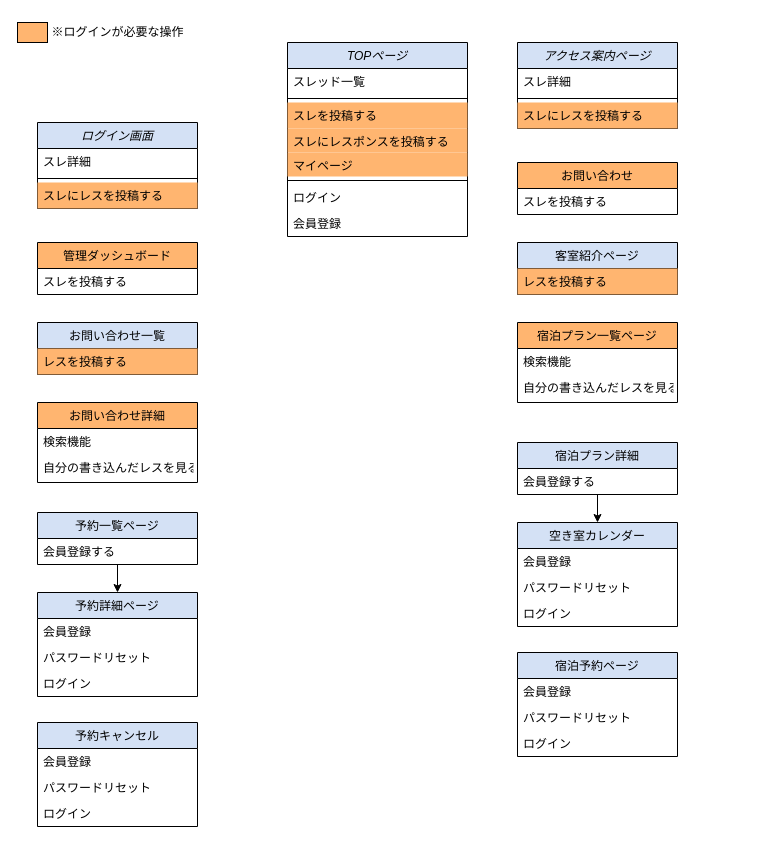
Above: 画面遷移図.drawio in your-school/reserve (draw.io), before the change. Source tidied: cells renumbered, new cells numbered last; positions are measured from the earlier drawing's top-left corner, leaving out a move shared by most shapes. Both pictures are drawn from the tidied source at 100%, with x=0, y=0 at pixel (17, 17).
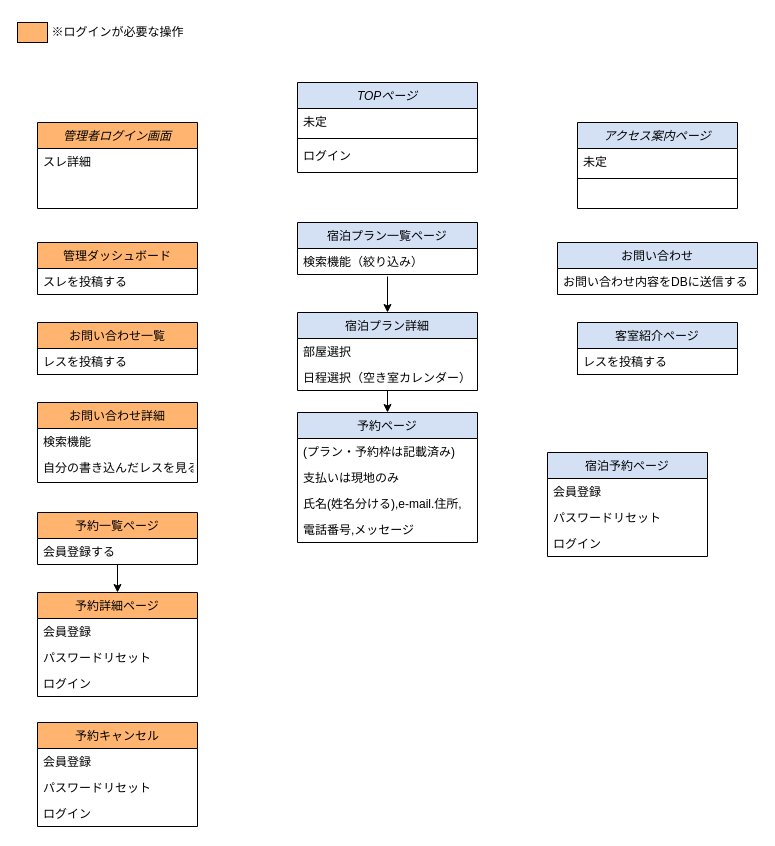
Above is the later version.

Commit message (it also covers changes not shown here):
画面遷移図.drawio を更新します

The edit, as a diff of the source:
```diff
@@
     <mxCell id="2" value="TOPページ" style="swimlane;fontStyle=2;align=center;verticalAlign=top;horizontal=1;startSize=26;rounded=0;shadow=0;strokeWidth=1;fillColor=#D4E1F5;" parent="1" vertex="1">
-      <mxGeometry x="270" y="25" width="180" height="194" as="geometry" />
+      <mxGeometry x="280" y="65" width="180" height="90" as="geometry" />
     </mxCell>
-    <mxCell id="3" value="スレッド一覧" style="text;align=left;verticalAlign=top;spacingLeft=4;spacingRight=4;overflow=hidden;" parent="2" vertex="1">
+    <mxCell id="3" value="未定" style="text;align=left;verticalAlign=top;spacingLeft=4;spacingRight=4;overflow=hidden;" parent="2" vertex="1">
       <mxGeometry y="26" width="180" height="26" as="geometry" />
     </mxCell>
@@
-    <mxCell id="5" value="スレを投稿する" style="text;align=left;verticalAlign=top;spacingLeft=4;spacingRight=4;overflow=hidden;fillColor=#FFB570;" parent="2" vertex="1">
-      <mxGeometry y="60" width="180" height="26" as="geometry" />
-    </mxCell>
-    <mxCell id="6" value="スレにレスポンスを投稿する" style="text;align=left;verticalAlign=top;spacingLeft=4;spacingRight=4;overflow=hidden;rounded=0;shadow=0;html=0;fillColor=#FFB570;" parent="2" vertex="1">
-      <mxGeometry y="86" width="180" height="24" as="geometry" />
-    </mxCell>
-    <mxCell id="7" value="マイページ" style="text;align=left;verticalAlign=top;spacingLeft=4;spacingRight=4;overflow=hidden;rounded=0;shadow=0;html=0;fillColor=#FFB570;" parent="2" vertex="1">
-      <mxGeometry y="110" width="180" height="24" as="geometry" />
-    </mxCell>
-    <mxCell id="8" style="line;html=1;strokeWidth=1;align=left;verticalAlign=middle;spacingTop=-1;spacingLeft=3;spacingRight=3;labelPosition=right;" parent="2" vertex="1">
-      <mxGeometry y="134" width="180" height="8" as="geometry" />
-    </mxCell>
     <mxCell id="9" value="ログイン" style="text;align=left;verticalAlign=top;spacingLeft=4;spacingRight=4;overflow=hidden;" parent="2" vertex="1">
-      <mxGeometry y="142" width="180" height="26" as="geometry" />
+      <mxGeometry y="60" width="180" height="26" as="geometry" />
     </mxCell>
-    <mxCell id="10" value="会員登録" style="text;align=left;verticalAlign=top;spacingLeft=4;spacingRight=4;overflow=hidden;" parent="2" vertex="1">
-      <mxGeometry y="168" width="180" height="26" as="geometry" />
-    </mxCell>
-    <mxCell id="11" value="空き室カレンダー" style="swimlane;fontStyle=0;align=center;verticalAlign=top;horizontal=1;startSize=26;rounded=0;shadow=0;strokeWidth=1;fillColor=#D4E1F5;" parent="1" vertex="1">
-      <mxGeometry x="500" y="505" width="160" height="104" as="geometry" />
+    <mxCell id="11" value="予約ページ" style="swimlane;fontStyle=0;align=center;verticalAlign=top;horizontal=1;startSize=26;rounded=0;shadow=0;strokeWidth=1;fillColor=#D4E1F5;" parent="1" vertex="1">
+      <mxGeometry x="280" y="395" width="180" height="130" as="geometry" />
     </mxCell>
-    <mxCell id="12" value="会員登録" style="text;align=left;verticalAlign=top;spacingLeft=4;spacingRight=4;overflow=hidden;" parent="11" vertex="1">
-      <mxGeometry y="26" width="160" height="26" as="geometry" />
+    <mxCell id="12" value="(プラン・予約枠は記載済み)" style="text;align=left;verticalAlign=top;spacingLeft=4;spacingRight=4;overflow=hidden;" parent="11" vertex="1">
+      <mxGeometry y="26" width="180" height="26" as="geometry" />
     </mxCell>
-    <mxCell id="13" value="パスワードリセット" style="text;align=left;verticalAlign=top;spacingLeft=4;spacingRight=4;overflow=hidden;rounded=0;shadow=0;html=0;" parent="11" vertex="1">
-      <mxGeometry y="52" width="160" height="26" as="geometry" />
+    <mxCell id="13" value="支払いは現地のみ" style="text;align=left;verticalAlign=top;spacingLeft=4;spacingRight=4;overflow=hidden;rounded=0;shadow=0;html=0;" parent="11" vertex="1">
+      <mxGeometry y="52" width="180" height="26" as="geometry" />
     </mxCell>
-    <mxCell id="14" value="ログイン" style="text;align=left;verticalAlign=top;spacingLeft=4;spacingRight=4;overflow=hidden;rounded=0;shadow=0;html=0;" parent="11" vertex="1">
-      <mxGeometry y="78" width="160" height="26" as="geometry" />
+    <mxCell id="14" value="氏名(姓名分ける),e-mail.住所," style="text;align=left;verticalAlign=top;spacingLeft=4;spacingRight=4;overflow=hidden;rounded=0;shadow=0;html=0;" parent="11" vertex="1">
+      <mxGeometry y="78" width="180" height="26" as="geometry" />
     </mxCell>
+    <mxCell id="57" value="電話番号,メッセージ" style="text;align=left;verticalAlign=top;spacingLeft=4;spacingRight=4;overflow=hidden;rounded=0;shadow=0;html=0;" parent="11" vertex="1">
+      <mxGeometry y="104" width="180" height="26" as="geometry" />
+    </mxCell>
@@
     <mxCell id="16" value="宿泊プラン詳細" style="swimlane;fontStyle=0;align=center;verticalAlign=top;horizontal=1;startSize=26;rounded=0;shadow=0;strokeWidth=1;fillColor=#D4E1F5;" parent="1" vertex="1">
-      <mxGeometry x="500" y="425" width="160" height="52" as="geometry" />
+      <mxGeometry x="280" y="295" width="180" height="78" as="geometry" />
     </mxCell>
-    <mxCell id="17" value="会員登録する" style="text;align=left;verticalAlign=top;spacingLeft=4;spacingRight=4;overflow=hidden;" parent="16" vertex="1">
-      <mxGeometry y="26" width="160" height="26" as="geometry" />
+    <mxCell id="17" value="部屋選択" style="text;align=left;verticalAlign=top;spacingLeft=4;spacingRight=4;overflow=hidden;" parent="16" vertex="1">
+      <mxGeometry y="26" width="180" height="26" as="geometry" />
     </mxCell>
-    <mxCell id="18" value="お問い合わせ" style="swimlane;fontStyle=0;align=center;verticalAlign=top;horizontal=1;startSize=26;rounded=0;shadow=0;strokeWidth=1;fillColor=#FFB570;" parent="1" vertex="1">
-      <mxGeometry x="500" y="145" width="160" height="52" as="geometry" />
-    </mxCell>
-    <mxCell id="19" value="スレを投稿する" style="text;align=left;verticalAlign=top;spacingLeft=4;spacingRight=4;overflow=hidden;" parent="18" vertex="1">
-      <mxGeometry y="26" width="160" height="26" as="geometry" />
-    </mxCell>
+    <mxCell id="58" value="日程選択（空き室カレンダー）" style="text;align=left;verticalAlign=top;spacingLeft=4;spacingRight=4;overflow=hidden;" parent="16" vertex="1">
+      <mxGeometry y="52" width="180" height="26" as="geometry" />
+    </mxCell>
-    <mxCell id="20" value="宿泊プラン一覧ページ" style="swimlane;fontStyle=0;align=center;verticalAlign=top;horizontal=1;startSize=26;rounded=0;shadow=0;strokeWidth=1;fillColor=#FFB570;" parent="1" vertex="1">
-      <mxGeometry x="500" y="305" width="160" height="80" as="geometry" />
+    <mxCell id="20" value="宿泊プラン一覧ページ" style="swimlane;fontStyle=0;align=center;verticalAlign=top;horizontal=1;startSize=26;rounded=0;shadow=0;strokeWidth=1;fillColor=#D4E1F5;" parent="1" vertex="1">
+      <mxGeometry x="280" y="205" width="180" height="52" as="geometry" />
     </mxCell>
-    <mxCell id="21" value="検索機能" style="text;align=left;verticalAlign=top;spacingLeft=4;spacingRight=4;overflow=hidden;points=[[0,0.5],[1,0.5]];portConstraint=eastwest;" parent="20" vertex="1">
-      <mxGeometry y="26" width="160" height="26" as="geometry" />
+    <mxCell id="21" value="検索機能（絞り込み）" style="text;align=left;verticalAlign=top;spacingLeft=4;spacingRight=4;overflow=hidden;points=[[0,0.5],[1,0.5]];portConstraint=eastwest;" parent="20" vertex="1">
+      <mxGeometry y="26" width="180" height="26" as="geometry" />
     </mxCell>
-    <mxCell id="22" value="自分の書き込んだレスを見る" style="text;align=left;verticalAlign=top;spacingLeft=4;spacingRight=4;overflow=hidden;rounded=0;shadow=0;html=0;" parent="20" vertex="1">
-      <mxGeometry y="52" width="160" height="26" as="geometry" />
-    </mxCell>
     <mxCell id="23" value="アクセス案内ページ" style="swimlane;fontStyle=2;align=center;verticalAlign=top;horizontal=1;startSize=26;rounded=0;shadow=0;strokeWidth=1;fillColor=#D4E1F5;" parent="1" vertex="1">
-      <mxGeometry x="500" y="25" width="160" height="86" as="geometry" />
+      <mxGeometry x="560" y="105" width="160" height="86" as="geometry" />
     </mxCell>
-    <mxCell id="24" value="スレ詳細" style="text;align=left;verticalAlign=top;spacingLeft=4;spacingRight=4;overflow=hidden;" parent="23" vertex="1">
+    <mxCell id="24" value="未定" style="text;align=left;verticalAlign=top;spacingLeft=4;spacingRight=4;overflow=hidden;" parent="23" vertex="1">
       <mxGeometry y="26" width="160" height="26" as="geometry" />
     </mxCell>
@@
-    <mxCell id="26" value="スレにレスを投稿する" style="text;align=left;verticalAlign=top;spacingLeft=4;spacingRight=4;overflow=hidden;fillColor=#FFB570;" parent="23" vertex="1">
-      <mxGeometry y="60" width="160" height="26" as="geometry" />
-    </mxCell>
     <mxCell id="27" value="客室紹介ページ" style="swimlane;fontStyle=0;align=center;verticalAlign=top;horizontal=1;startSize=26;rounded=0;shadow=0;strokeWidth=1;fillColor=#D4E1F5;" parent="1" vertex="1">
-      <mxGeometry x="500" y="225" width="160" height="52" as="geometry" />
+      <mxGeometry x="560" y="305" width="160" height="52" as="geometry" />
     </mxCell>
-    <mxCell id="28" value="レスを投稿する" style="text;align=left;verticalAlign=top;spacingLeft=4;spacingRight=4;overflow=hidden;fillColor=#FFB570;" parent="27" vertex="1">
+    <mxCell id="28" value="レスを投稿する" style="text;align=left;verticalAlign=top;spacingLeft=4;spacingRight=4;overflow=hidden;fillColor=#FFFFFF;strokeColor=#000000;" parent="27" vertex="1">
       <mxGeometry y="26" width="160" height="26" as="geometry" />
     </mxCell>
@@
     <mxCell id="31" value="宿泊予約ページ" style="swimlane;fontStyle=0;align=center;verticalAlign=top;horizontal=1;startSize=26;rounded=0;shadow=0;strokeWidth=1;fillColor=#D4E1F5;" parent="1" vertex="1">
-      <mxGeometry x="500" y="635" width="160" height="104" as="geometry" />
+      <mxGeometry x="530" y="435" width="160" height="104" as="geometry" />
     </mxCell>
@@
-    <mxCell id="40" value="ログイン画面" style="swimlane;fontStyle=2;align=center;verticalAlign=top;horizontal=1;startSize=26;rounded=0;shadow=0;strokeWidth=1;fillColor=#D4E1F5;" parent="1" vertex="1">
+    <mxCell id="40" value="管理者ログイン画面" style="swimlane;fontStyle=2;align=center;verticalAlign=top;horizontal=1;startSize=26;rounded=0;shadow=0;strokeWidth=1;fillColor=#FFB570;" parent="1" vertex="1">
       <mxGeometry x="20" y="105" width="160" height="86" as="geometry" />
     </mxCell>
@@
-    <mxCell id="42" style="line;html=1;strokeWidth=1;align=left;verticalAlign=middle;spacingTop=-1;spacingLeft=3;spacingRight=3;labelPosition=right;" parent="40" vertex="1">
-      <mxGeometry y="52" width="160" height="8" as="geometry" />
-    </mxCell>
-    <mxCell id="43" value="スレにレスを投稿する" style="text;align=left;verticalAlign=top;spacingLeft=4;spacingRight=4;overflow=hidden;fillColor=#FFB570;" parent="40" vertex="1">
-      <mxGeometry y="60" width="160" height="26" as="geometry" />
-    </mxCell>
-    <mxCell id="44" value="お問い合わせ一覧" style="swimlane;fontStyle=0;align=center;verticalAlign=top;horizontal=1;startSize=26;rounded=0;shadow=0;strokeWidth=1;fillColor=#D4E1F5;" parent="1" vertex="1">
+    <mxCell id="44" value="お問い合わせ一覧" style="swimlane;fontStyle=0;align=center;verticalAlign=top;horizontal=1;startSize=26;rounded=0;shadow=0;strokeWidth=1;fillColor=#FFB570;" parent="1" vertex="1">
       <mxGeometry x="20" y="305" width="160" height="52" as="geometry" />
     </mxCell>
-    <mxCell id="45" value="レスを投稿する" style="text;align=left;verticalAlign=top;spacingLeft=4;spacingRight=4;overflow=hidden;fillColor=#FFB570;" parent="44" vertex="1">
+    <mxCell id="45" value="レスを投稿する" style="text;align=left;verticalAlign=top;spacingLeft=4;spacingRight=4;overflow=hidden;fillColor=#FFFFFF;strokeColor=#000000;" parent="44" vertex="1">
       <mxGeometry y="26" width="160" height="26" as="geometry" />
     </mxCell>
-    <mxCell id="46" value="予約詳細ページ" style="swimlane;fontStyle=0;align=center;verticalAlign=top;horizontal=1;startSize=26;rounded=0;shadow=0;strokeWidth=1;fillColor=#D4E1F5;" parent="1" vertex="1">
+    <mxCell id="46" value="予約詳細ページ" style="swimlane;fontStyle=0;align=center;verticalAlign=top;horizontal=1;startSize=26;rounded=0;shadow=0;strokeWidth=1;fillColor=#FFB570;" parent="1" vertex="1">
       <mxGeometry x="20" y="575" width="160" height="104" as="geometry" />
     </mxCell>
@@
-    <mxCell id="51" value="予約一覧ページ" style="swimlane;fontStyle=0;align=center;verticalAlign=top;horizontal=1;startSize=26;rounded=0;shadow=0;strokeWidth=1;fillColor=#D4E1F5;" parent="1" vertex="1">
+    <mxCell id="51" value="予約一覧ページ" style="swimlane;fontStyle=0;align=center;verticalAlign=top;horizontal=1;startSize=26;rounded=0;shadow=0;strokeWidth=1;fillColor=#FFB570;" parent="1" vertex="1">
       <mxGeometry x="20" y="495" width="160" height="52" as="geometry" />
     </mxCell>
@@
-    <mxCell id="53" value="予約キャンセル" style="swimlane;fontStyle=0;align=center;verticalAlign=top;horizontal=1;startSize=26;rounded=0;shadow=0;strokeWidth=1;fillColor=#D4E1F5;" parent="1" vertex="1">
+    <mxCell id="53" value="予約キャンセル" style="swimlane;fontStyle=0;align=center;verticalAlign=top;horizontal=1;startSize=26;rounded=0;shadow=0;strokeWidth=1;fillColor=#FFB570;" parent="1" vertex="1">
       <mxGeometry x="20" y="705" width="160" height="104" as="geometry" />
     </mxCell>
@@
+    <mxCell id="59" style="edgeStyle=orthogonalEdgeStyle;rounded=0;jettySize=auto;html=1;exitX=0.5;exitY=1.077;exitDx=0;exitDy=0;entryX=0.5;entryY=0;entryDx=0;entryDy=0;exitPerimeter=0;" parent="1" edge="1" source="21" target="16">
+      <mxGeometry relative="1" as="geometry" />
+    </mxCell>
+    <mxCell id="18" value="お問い合わせ" style="swimlane;fontStyle=0;align=center;verticalAlign=top;horizontal=1;startSize=26;rounded=0;shadow=0;strokeWidth=1;fillColor=#D4E1F5;" parent="1" vertex="1">
+      <mxGeometry x="540" y="225" width="200" height="52" as="geometry" />
+    </mxCell>
+    <mxCell id="19" value="お問い合わせ内容をDBに送信する" style="text;align=left;verticalAlign=top;spacingLeft=4;spacingRight=4;overflow=hidden;" parent="18" vertex="1">
+      <mxGeometry y="26" width="200" height="26" as="geometry" />
+    </mxCell>
```
